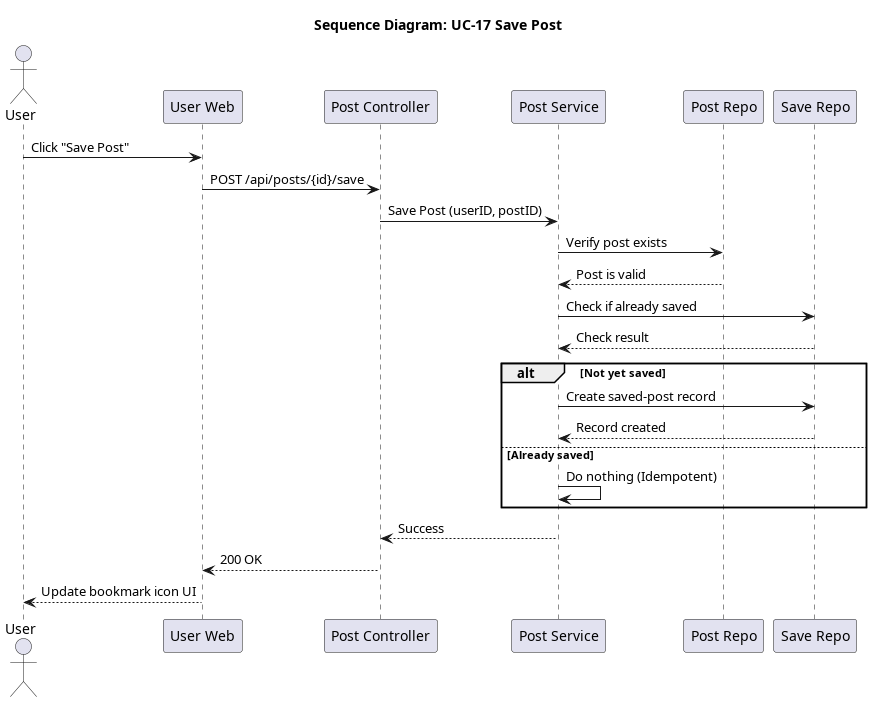
Before: docs/srs_add/SAD/diagrams/seq_17_save_post.png, a diagram exported from PlantUML (giakiet05/lkforum-new).
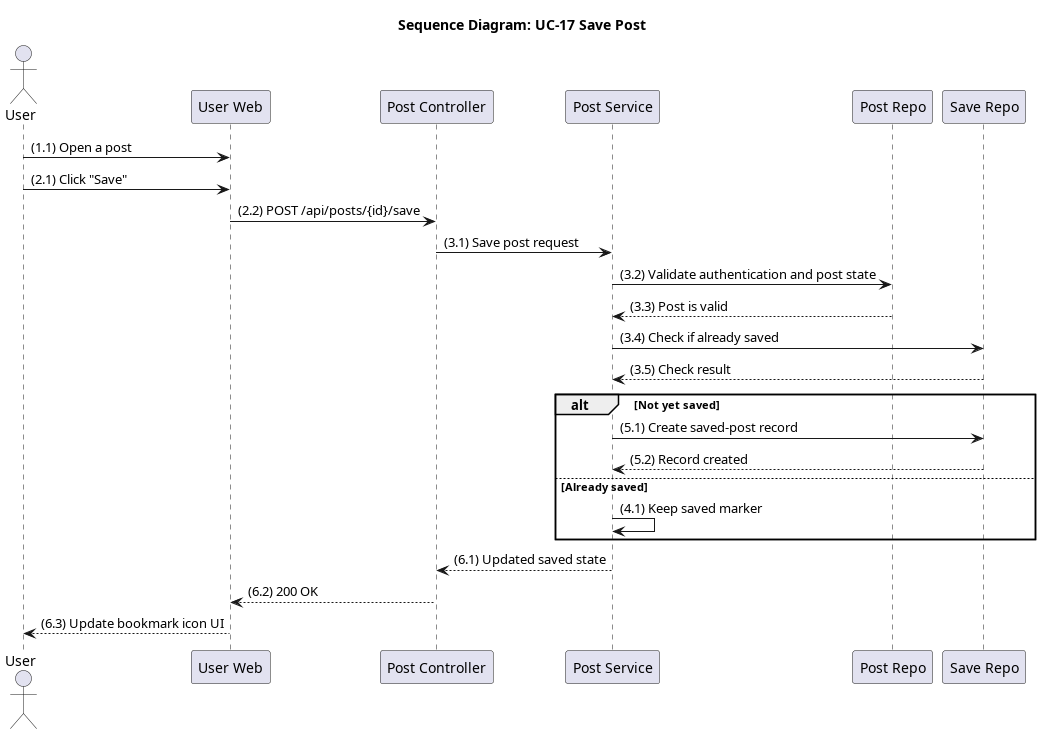
The same diagram one commit later.

The edit, as a diff of the source:
```diff
@@ -8,23 +8,24 @@
 participant "Post Repo" as PostRepo
 participant "Save Repo" as SaveRepo
 
-User -> Frontend: Click "Save Post"
-Frontend -> Controller: POST /api/posts/{id}/save
-Controller -> Service: Save Post (userID, postID)
-Service -> PostRepo: Verify post exists
-PostRepo --> Service: Post is valid
+User -> Frontend: (1.1) Open a post
+User -> Frontend: (2.1) Click "Save"
+Frontend -> Controller: (2.2) POST /api/posts/{id}/save
+Controller -> Service: (3.1) Save post request
+Service -> PostRepo: (3.2) Validate authentication and post state
+PostRepo --> Service: (3.3) Post is valid
 
-Service -> SaveRepo: Check if already saved
-SaveRepo --> Service: Check result
+Service -> SaveRepo: (3.4) Check if already saved
+SaveRepo --> Service: (3.5) Check result
 
 alt Not yet saved
-    Service -> SaveRepo: Create saved-post record
-    SaveRepo --> Service: Record created
+    Service -> SaveRepo: (5.1) Create saved-post record
+    SaveRepo --> Service: (5.2) Record created
 else Already saved
-    Service -> Service: Do nothing (Idempotent)
+    Service -> Service: (4.1) Keep saved marker
 end
 
-Service --> Controller: Success
-Controller --> Frontend: 200 OK
-Frontend --> User: Update bookmark icon UI
+Service --> Controller: (6.1) Updated saved state
+Controller --> Frontend: (6.2) 200 OK
+Frontend --> User: (6.3) Update bookmark icon UI
 @enduml
```
